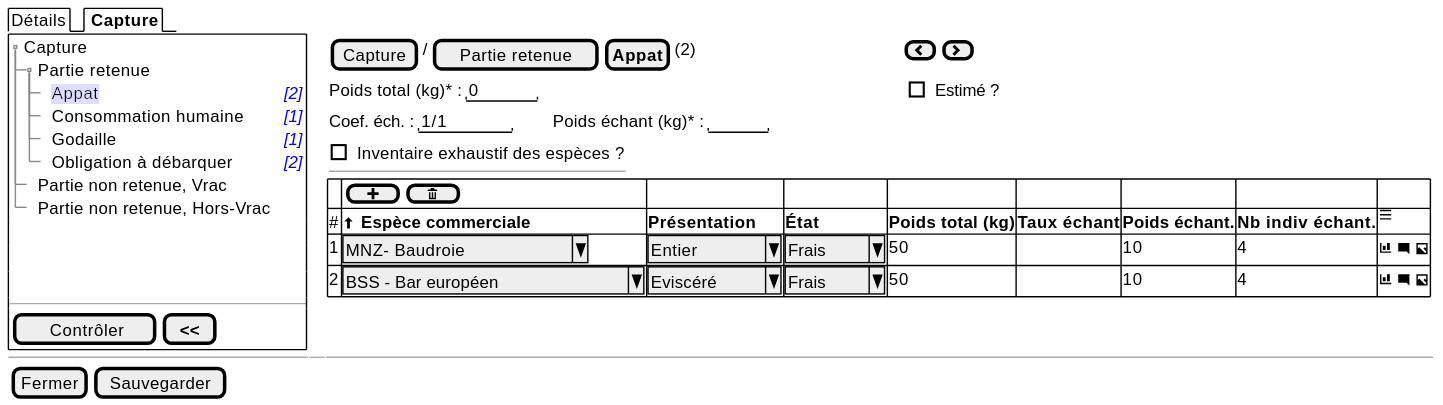
Before: projects/obsmer/spe/images/batch/batch-tree-PR-BAI.svg, a diagram exported from PlantUML (sumaris-net/sumaris-doc). Its source is kept beside it as projects/obsmer/spe/images/batch/batch-tree-PR-BAI.puml.
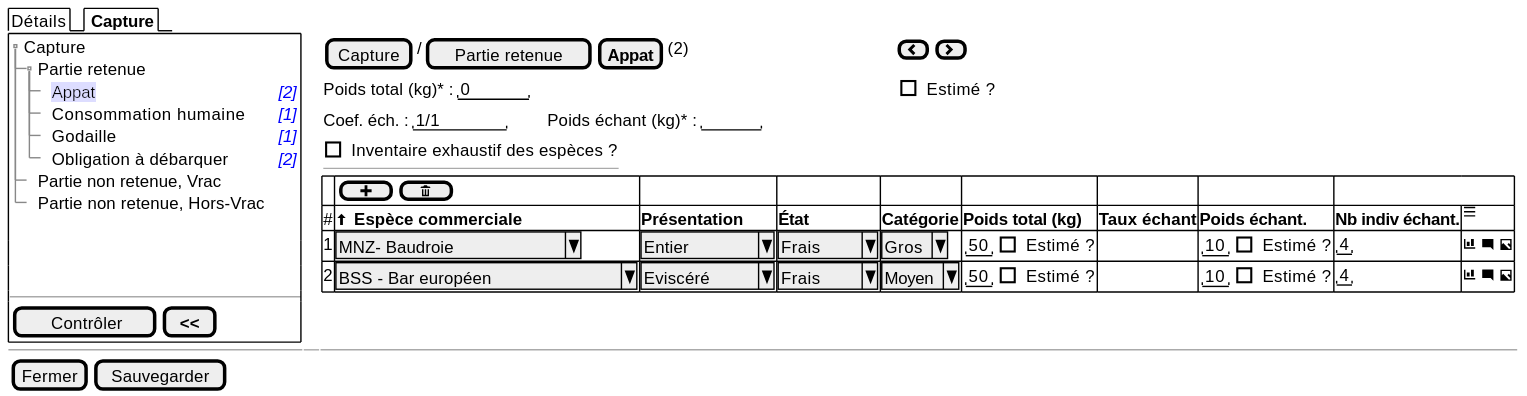
The same diagram one commit later.

Diff of the diagram source:
```diff
@@ -33,9 +33,9 @@
 
     {#
           . | {[ <&plus> ] | [ <&trash> ] } | . | . | . | . | . | .
-          # | <&arrow-thick-top> <b>Espèce commerciale  | <b>Présentation | <b>État | <b>Poids total (kg)     |  <b>Taux échant  | <b>Poids échant. | <b>Nb indiv échant. | <&menu>
-          1 | ^MNZ- Baudroie       ^ | ^ Entier   ^ | ^ Frais ^ | 50   |  .   |   10          | 4 | <&bar-chart> <&comment-square> <&image>
-          2 | ^BSS - Bar européen       ^ | ^ Eviscéré ^ | ^ Frais ^ | 50   |  .   |   10          | 4 | <&bar-chart> <&comment-square> <&image>
+          # | <&arrow-thick-top> <b>Espèce commerciale  | <b>Présentation | <b>État | <b>Catégorie | <b>Poids total (kg)     |  <b>Taux échant  | <b>Poids échant. | <b>Nb indiv échant. | <&menu>
+          1 | ^MNZ- Baudroie       ^ | ^ Entier   ^ | ^ Frais ^ | ^Gros^ | { "50" | [ ] Estimé ? } | .   |   { "10" | [ ] Estimé ? }          | "4" | <&bar-chart> <&comment-square> <&image>
+          2 | ^BSS - Bar européen       ^ | ^ Eviscéré ^ | ^ Frais ^ | ^Moyen^ | { "50" | [ ] Estimé ? } | .   |   { "10" | [ ] Estimé ? }          | "4" | <&bar-chart> <&comment-square> <&image>
         }
   }
 
```
